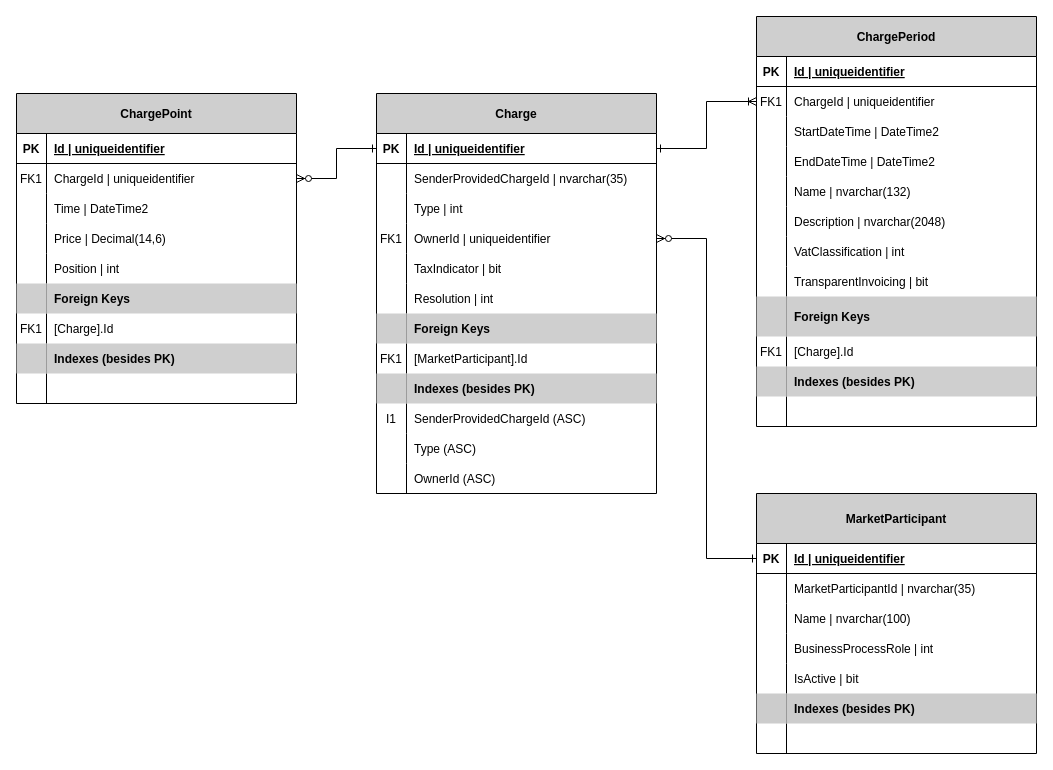
Above: docs/data-models/ChargesDataModel.drawio in Energinet-DataHub/ARCHIVED-geh-charges (draw.io), before the change. Source tidied: cells renumbered, new cells numbered last; positions are measured from the earlier drawing's top-left corner, leaving out a move shared by most shapes. Both pictures are drawn from the tidied source at 100%, with x=0, y=0 at pixel (16, 16).
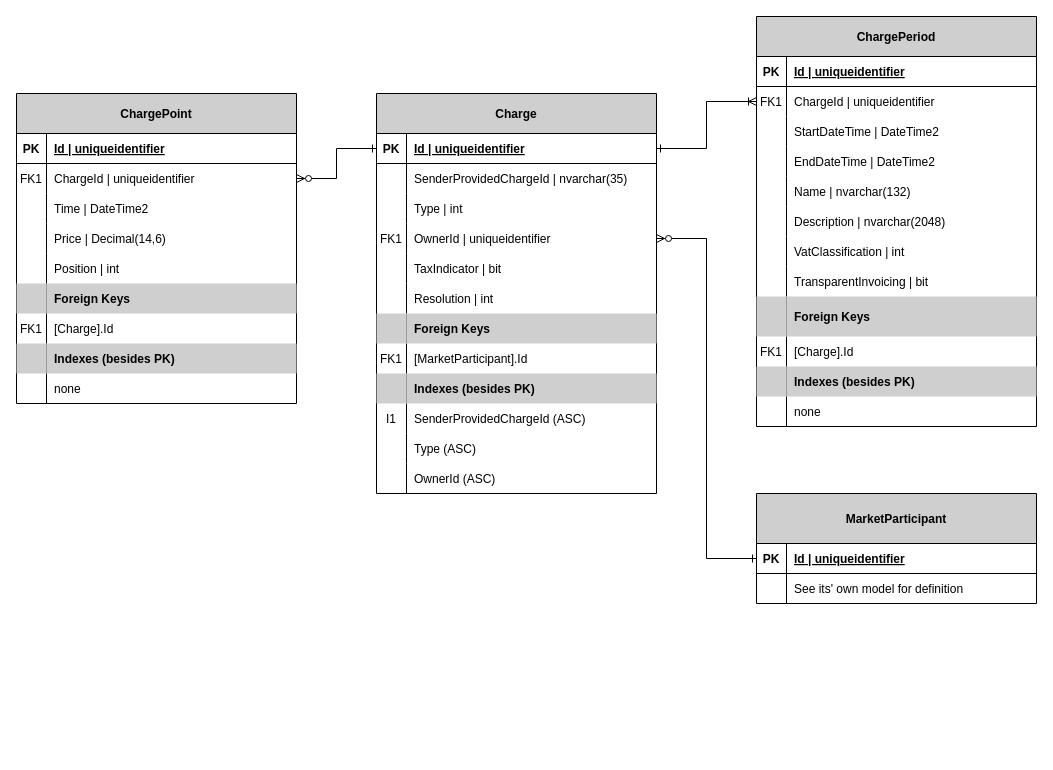
The same diagram, later.

The change refers to these unchanged cells:
```xml
<mxCell id="75" style="shape=partialRectangle;fillColor=none;top=0;left=0;bottom=0;right=0;" parent="41" vertex="1">
  <mxGeometry y="380" width="280" height="30" as="geometry" />
</mxCell>
<mxCell id="103" style="shape=partialRectangle;fillColor=none;top=0;left=0;bottom=0;right=0;" parent="78" vertex="1">
  <mxGeometry y="280" width="280" height="30" as="geometry" />
</mxCell>
<mxCell id="110" style="shape=partialRectangle;fillColor=none;top=0;left=0;bottom=0;right=0;" parent="106" vertex="1">
  <mxGeometry y="80" width="280" height="30" as="geometry" />
</mxCell>
```

Diff of the diagram source:
```diff
@@
-    <mxCell id="77" style="shape=partialRectangle;fillColor=none;top=0;left=0;bottom=0;right=0;align=left;spacingLeft=6;overflow=hidden;" parent="75" vertex="1">
+    <mxCell id="77" value="none" style="shape=partialRectangle;fillColor=none;top=0;left=0;bottom=0;right=0;align=left;spacingLeft=6;overflow=hidden;" parent="75" vertex="1">
       <mxGeometry x="30" width="250" height="30" as="geometry" />
     </mxCell>
@@
-    <mxCell id="105" style="shape=partialRectangle;fillColor=none;top=0;left=0;bottom=0;right=0;align=left;spacingLeft=6;overflow=hidden;" parent="103" vertex="1">
+    <mxCell id="105" value="none" style="shape=partialRectangle;fillColor=none;top=0;left=0;bottom=0;right=0;align=left;spacingLeft=6;overflow=hidden;" parent="103" vertex="1">
       <mxGeometry x="30" width="250" height="30" as="geometry" />
     </mxCell>
     <mxCell id="106" value="MarketParticipant" style="shape=table;startSize=50;childLayout=tableLayout;rowLines=0;fontStyle=1;align=center;fillColor=#CFCFCF;" parent="1" vertex="1">
-      <mxGeometry x="740" y="477" width="280" height="260" as="geometry" />
+      <mxGeometry x="740" y="477" width="280" height="110" as="geometry" />
     </mxCell>
@@
-    <mxCell id="112" value="MarketParticipantId | nvarchar(35)" style="shape=partialRectangle;fillColor=none;top=0;left=0;bottom=0;right=0;align=left;spacingLeft=6;overflow=hidden;" parent="110" vertex="1">
+    <mxCell id="112" value="See its' own model for definition" style="shape=partialRectangle;fillColor=none;top=0;left=0;bottom=0;right=0;align=left;spacingLeft=6;overflow=hidden;" parent="110" vertex="1">
       <mxGeometry x="30" width="250" height="30" as="geometry" />
     </mxCell>
-    <mxCell id="113" style="shape=partialRectangle;fillColor=none;top=0;left=0;bottom=0;right=0;" parent="106" vertex="1">
-      <mxGeometry y="110" width="280" height="30" as="geometry" />
-    </mxCell>
-    <mxCell id="114" style="shape=partialRectangle;fillColor=none;top=0;left=0;bottom=0;right=0;overflow=hidden;" parent="113" vertex="1">
-      <mxGeometry width="30" height="30" as="geometry" />
-    </mxCell>
-    <mxCell id="115" value="Name | nvarchar(100)" style="shape=partialRectangle;fillColor=none;top=0;left=0;bottom=0;right=0;align=left;spacingLeft=6;overflow=hidden;" parent="113" vertex="1">
-      <mxGeometry x="30" width="250" height="30" as="geometry" />
-    </mxCell>
-    <mxCell id="116" style="shape=partialRectangle;fillColor=none;top=0;left=0;bottom=0;right=0;" parent="106" vertex="1">
-      <mxGeometry y="140" width="280" height="30" as="geometry" />
-    </mxCell>
-    <mxCell id="117" style="shape=partialRectangle;fillColor=none;top=0;left=0;bottom=0;right=0;overflow=hidden;" parent="116" vertex="1">
-      <mxGeometry width="30" height="30" as="geometry" />
-    </mxCell>
-    <mxCell id="118" value="BusinessProcessRole | int" style="shape=partialRectangle;fillColor=none;top=0;left=0;bottom=0;right=0;align=left;spacingLeft=6;overflow=hidden;" parent="116" vertex="1">
-      <mxGeometry x="30" width="250" height="30" as="geometry" />
-    </mxCell>
-    <mxCell id="119" style="shape=partialRectangle;fillColor=none;top=0;left=0;bottom=0;right=0;" parent="106" vertex="1">
-      <mxGeometry y="170" width="280" height="30" as="geometry" />
-    </mxCell>
-    <mxCell id="120" style="shape=partialRectangle;fillColor=none;top=0;left=0;bottom=0;right=0;overflow=hidden;" parent="119" vertex="1">
-      <mxGeometry width="30" height="30" as="geometry" />
-    </mxCell>
-    <mxCell id="121" value="IsActive | bit" style="shape=partialRectangle;fillColor=none;top=0;left=0;bottom=0;right=0;align=left;spacingLeft=6;overflow=hidden;" parent="119" vertex="1">
-      <mxGeometry x="30" width="250" height="30" as="geometry" />
-    </mxCell>
-    <mxCell id="122" style="shape=partialRectangle;fillColor=none;top=0;left=0;bottom=0;right=0;" parent="106" vertex="1">
-      <mxGeometry y="200" width="280" height="30" as="geometry" />
-    </mxCell>
-    <mxCell id="123" style="shape=partialRectangle;top=0;left=0;bottom=0;right=0;overflow=hidden;fillColor=#CCCCCC;" parent="122" vertex="1">
-      <mxGeometry width="30" height="30" as="geometry" />
-    </mxCell>
-    <mxCell id="124" value="Indexes (besides PK)" style="shape=partialRectangle;top=0;left=0;bottom=0;right=0;align=left;spacingLeft=6;overflow=hidden;fillColor=#CCCCCC;fontStyle=1;" parent="122" vertex="1">
-      <mxGeometry x="30" width="250" height="30" as="geometry" />
-    </mxCell>
-    <mxCell id="125" style="shape=partialRectangle;fillColor=none;top=0;left=0;bottom=0;right=0;" parent="106" vertex="1">
-      <mxGeometry y="230" width="280" height="30" as="geometry" />
-    </mxCell>
-    <mxCell id="126" style="shape=partialRectangle;fillColor=none;top=0;left=0;bottom=0;right=0;overflow=hidden;" parent="125" vertex="1">
-      <mxGeometry width="30" height="30" as="geometry" />
-    </mxCell>
-    <mxCell id="127" style="shape=partialRectangle;fillColor=none;top=0;left=0;bottom=0;right=0;align=left;spacingLeft=6;overflow=hidden;" parent="125" vertex="1">
-      <mxGeometry x="30" width="250" height="30" as="geometry" />
-    </mxCell>
```
